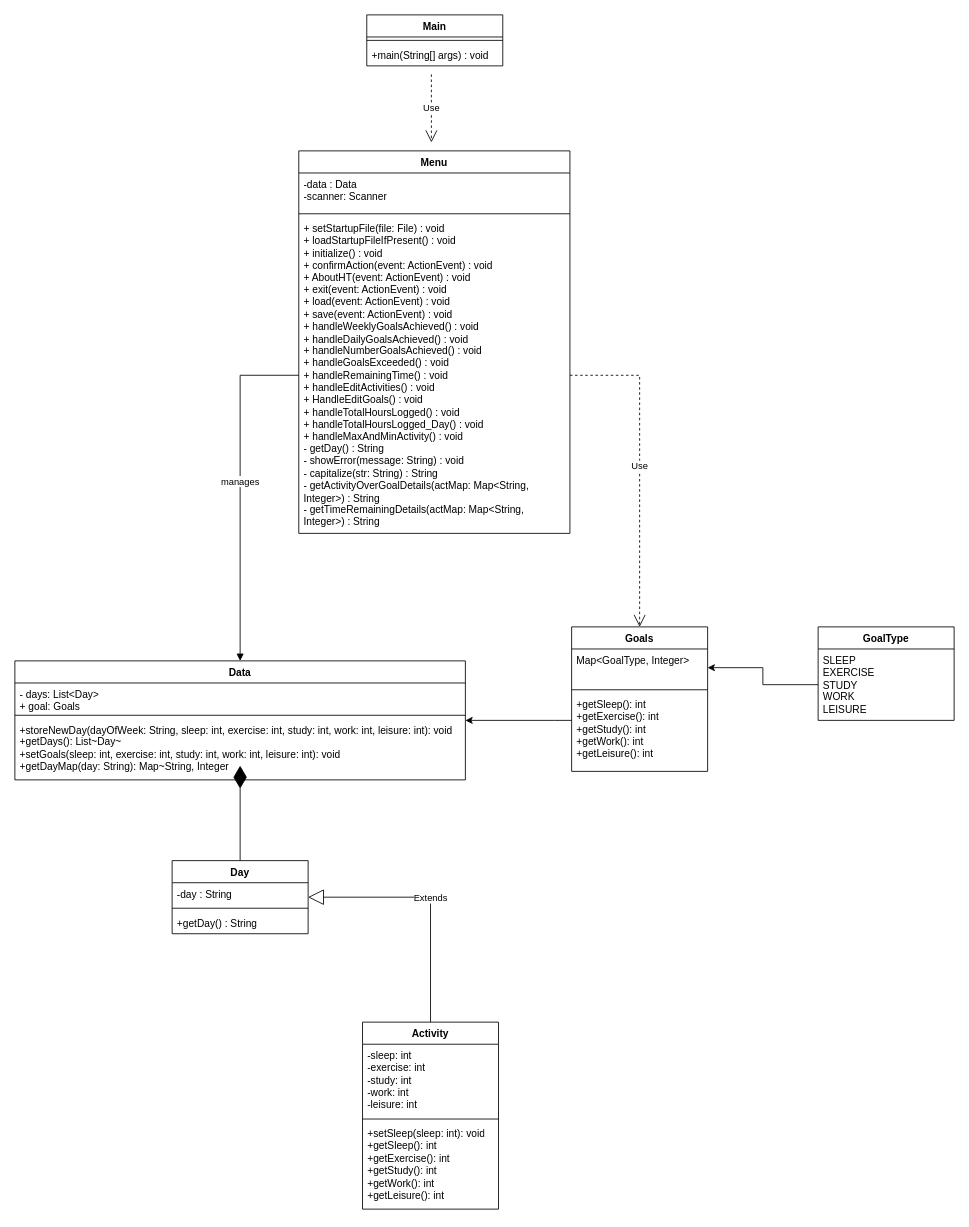
The draw.io diagram GUI SKETCH + UML/UML_Diagram.drawio in amadeusk1/Habit-Tracker--CPSC-233-Final-Project, before the edit. Source tidied: cells renumbered, new cells numbered last; positions are measured from the earlier drawing's top-left corner, leaving out a move shared by most shapes. Both pictures are drawn from the tidied source at 85%, with x=0, y=0 at pixel (14, 14).
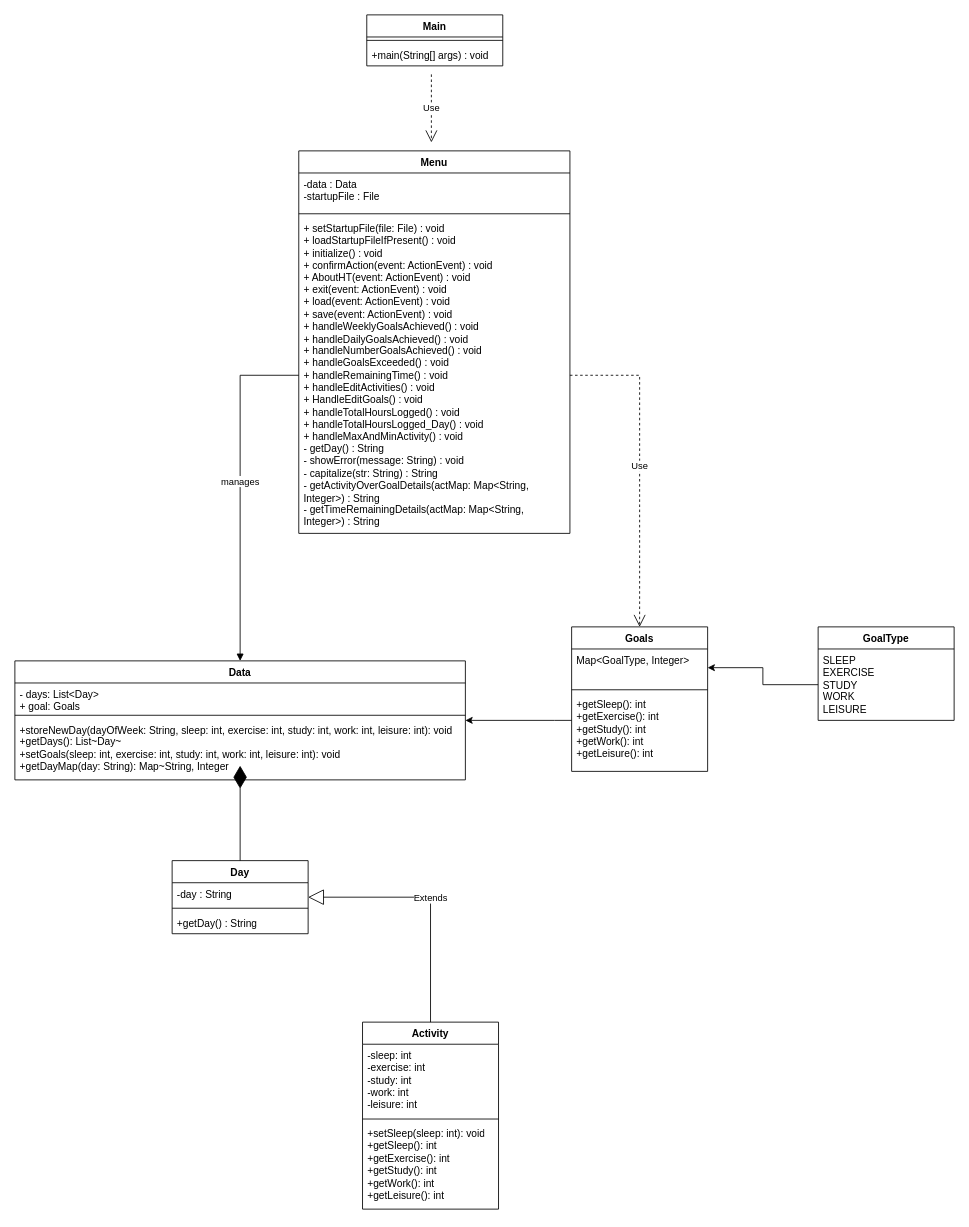
The same diagram, later.

Commit message:
very small UML edit

The change refers to these unchanged cells:
```xml
<mxCell id="10" value="Menu" style="swimlane;fontStyle=1;align=center;verticalAlign=top;horizontal=1;startSize=26;whiteSpace=wrap;html=1;" parent="1" vertex="1">
  <mxGeometry x="334" y="160" width="319" height="450" as="geometry" />
</mxCell>
```

What changed in the source:
```diff
@@
-    <mxCell id="11" value="-data : Data&lt;br&gt;-scanner: Scanner" style="text;strokeColor=none;fillColor=none;align=left;verticalAlign=top;spacingLeft=4;spacingRight=4;overflow=hidden;whiteSpace=wrap;html=1;" parent="10" vertex="1">
+    <mxCell id="11" value="-data : Data&lt;br&gt;-startupFile : File" style="text;strokeColor=none;fillColor=none;align=left;verticalAlign=top;spacingLeft=4;spacingRight=4;overflow=hidden;whiteSpace=wrap;html=1;" parent="10" vertex="1">
       <mxGeometry y="26" width="319" height="44" as="geometry" />
     </mxCell>
```
